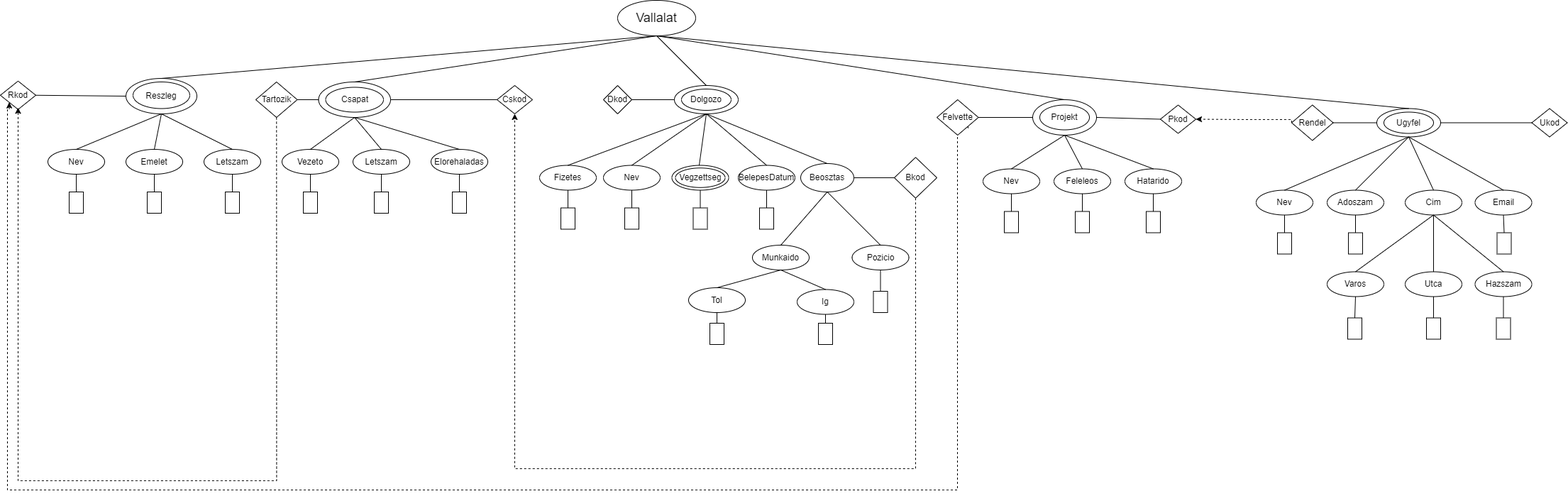
Above: XMLTaskY4O4X0/XDMY4O4X0.png in szaloczy/Y4O4X0WebXML (draw.io), before the change. Source tidied: cells renumbered, new cells last; positions are measured from the earlier drawing's top-left corner, leaving out a move shared by most shapes.
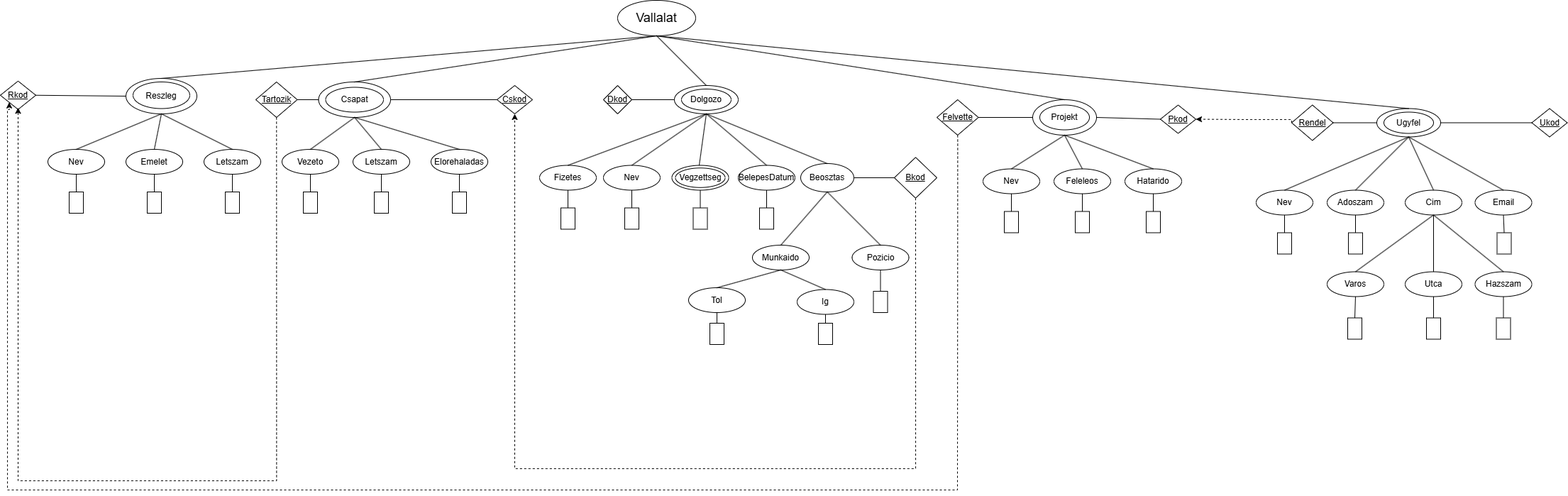
The same file after the commit.

What changed in the source:
```diff
@@ -20,19 +20,19 @@
     <mxCell id="7" value="Ugyfel" style="ellipse;whiteSpace=wrap;html=1;" parent="1" vertex="1">
       <mxGeometry x="1940" y="152.5" width="90" height="40" as="geometry" />
     </mxCell>
-    <mxCell id="8" value="Rkod" style="rhombus;whiteSpace=wrap;html=1;" parent="1" vertex="1">
+    <mxCell id="8" value="Rkod" style="rhombus;whiteSpace=wrap;html=1;fontStyle=4;" parent="1" vertex="1">
       <mxGeometry y="113.8" width="50" height="40" as="geometry" />
     </mxCell>
-    <mxCell id="9" value="Cskod" style="rhombus;whiteSpace=wrap;html=1;" parent="1" vertex="1">
+    <mxCell id="9" value="Cskod" style="rhombus;whiteSpace=wrap;html=1;fontStyle=4;" parent="1" vertex="1">
       <mxGeometry x="700" y="120" width="50" height="40" as="geometry" />
     </mxCell>
-    <mxCell id="10" value="Pkod" style="rhombus;whiteSpace=wrap;html=1;" parent="1" vertex="1">
+    <mxCell id="10" value="Pkod" style="rhombus;whiteSpace=wrap;html=1;fontStyle=4;" parent="1" vertex="1">
       <mxGeometry x="1635" y="147.5" width="50" height="40" as="geometry" />
     </mxCell>
-    <mxCell id="11" value="Dkod" style="rhombus;whiteSpace=wrap;html=1;" parent="1" vertex="1">
+    <mxCell id="11" value="Dkod" style="rhombus;whiteSpace=wrap;html=1;fontStyle=4;" parent="1" vertex="1">
       <mxGeometry x="850" y="120" width="40" height="40" as="geometry" />
     </mxCell>
-    <mxCell id="12" value="Ukod" style="rhombus;whiteSpace=wrap;html=1;" parent="1" vertex="1">
+    <mxCell id="12" value="Ukod" style="rhombus;whiteSpace=wrap;html=1;fontStyle=4;" parent="1" vertex="1">
       <mxGeometry x="2158.5" y="152.5" width="50" height="40" as="geometry" />
     </mxCell>
     <mxCell id="13" style="endArrow=none;html=1;rounded=0;exitX=0.5;exitY=0;exitDx=0;exitDy=0;entryX=0.5;entryY=1;entryDx=0;entryDy=0;" parent="1" edge="1" source="4" target="2">
@@ -68,7 +68,7 @@
         </Array>
       </mxGeometry>
     </mxCell>
-    <mxCell id="22" value="Tartozik" style="rhombus;whiteSpace=wrap;html=1;" parent="1" vertex="1">
+    <mxCell id="22" value="&lt;u&gt;Tartozik&lt;/u&gt;" style="rhombus;whiteSpace=wrap;html=1;" parent="1" vertex="1">
       <mxGeometry x="360" y="115" width="58.5" height="50" as="geometry" />
     </mxCell>
     <mxCell id="23" style="endArrow=none;html=1;rounded=0;entryX=0;entryY=0.5;entryDx=0;entryDy=0;exitX=1;exitY=0.5;exitDx=0;exitDy=0;" parent="1" edge="1" source="3" target="9">
@@ -143,19 +143,19 @@
     <mxCell id="46" style="endArrow=none;html=1;rounded=0;exitX=0.5;exitY=0;exitDx=0;exitDy=0;entryX=0.5;entryY=1;entryDx=0;entryDy=0;" parent="1" edge="1" source="43" target="5">
       <mxGeometry relative="1" as="geometry" />
     </mxCell>
-    <mxCell id="47" style="edgeStyle=orthogonalEdgeStyle;rounded=0;jettySize=auto;html=1;exitX=1;exitY=1;exitDx=0;exitDy=0;dashed=1;entryX=0;entryY=1;entryDx=0;entryDy=0;" parent="1" edge="1" source="48" target="8">
+    <mxCell id="47" style="edgeStyle=orthogonalEdgeStyle;rounded=0;jettySize=auto;html=1;dashed=1;entryX=0;entryY=1;entryDx=0;entryDy=0;exitX=0.5;exitY=1;exitDx=0;exitDy=0;" parent="1" edge="1" source="48" target="8">
       <mxGeometry relative="1" as="geometry">
         <Array as="points">
-          <mxPoint x="1364" y="180" />
-          <mxPoint x="1349" y="180" />
+          <mxPoint x="1349" y="200" />
+          <mxPoint x="1349" y="210" />
           <mxPoint x="1349" y="690" />
           <mxPoint x="10" y="690" />
           <mxPoint x="10" y="154" />
-          <mxPoint x="13" y="154" />
+          <mxPoint x="12" y="154" />
         </Array>
       </mxGeometry>
     </mxCell>
-    <mxCell id="48" value="Felvette" style="rhombus;whiteSpace=wrap;html=1;" parent="1" vertex="1">
+    <mxCell id="48" value="Felvette" style="rhombus;whiteSpace=wrap;html=1;fontStyle=4;" parent="1" vertex="1">
       <mxGeometry x="1320" y="140" width="58.5" height="50" as="geometry" />
     </mxCell>
     <mxCell id="49" style="endArrow=none;html=1;rounded=0;exitX=0;exitY=0.5;exitDx=0;exitDy=0;entryX=1;entryY=0.5;entryDx=0;entryDy=0;" parent="1" edge="1" source="5" target="48">
@@ -207,7 +207,7 @@
         </Array>
       </mxGeometry>
     </mxCell>
-    <mxCell id="63" value="Rendel" style="rhombus;whiteSpace=wrap;html=1;" parent="1" vertex="1">
+    <mxCell id="63" value="Rendel" style="rhombus;whiteSpace=wrap;html=1;fontStyle=4;" parent="1" vertex="1">
       <mxGeometry x="1820" y="147.5" width="58.5" height="50" as="geometry" />
     </mxCell>
     <mxCell id="64" style="endArrow=none;html=1;rounded=0;entryX=0;entryY=0.5;entryDx=0;entryDy=0;exitX=1;exitY=0.5;exitDx=0;exitDy=0;" parent="1" edge="1" source="63" target="7">
@@ -380,7 +380,7 @@
         </Array>
       </mxGeometry>
     </mxCell>
-    <mxCell id="119" value="Bkod" style="rhombus;whiteSpace=wrap;html=1;" parent="1" vertex="1">
+    <mxCell id="119" value="Bkod" style="rhombus;whiteSpace=wrap;html=1;fontStyle=4;" parent="1" vertex="1">
       <mxGeometry x="1260" y="221.2" width="60" height="57.5" as="geometry" />
     </mxCell>
     <mxCell id="120" style="endArrow=none;html=1;rounded=0;exitX=0;exitY=0.5;exitDx=0;exitDy=0;entryX=1;entryY=0.5;entryDx=0;entryDy=0;" parent="1" edge="1" source="119" target="50">
```
